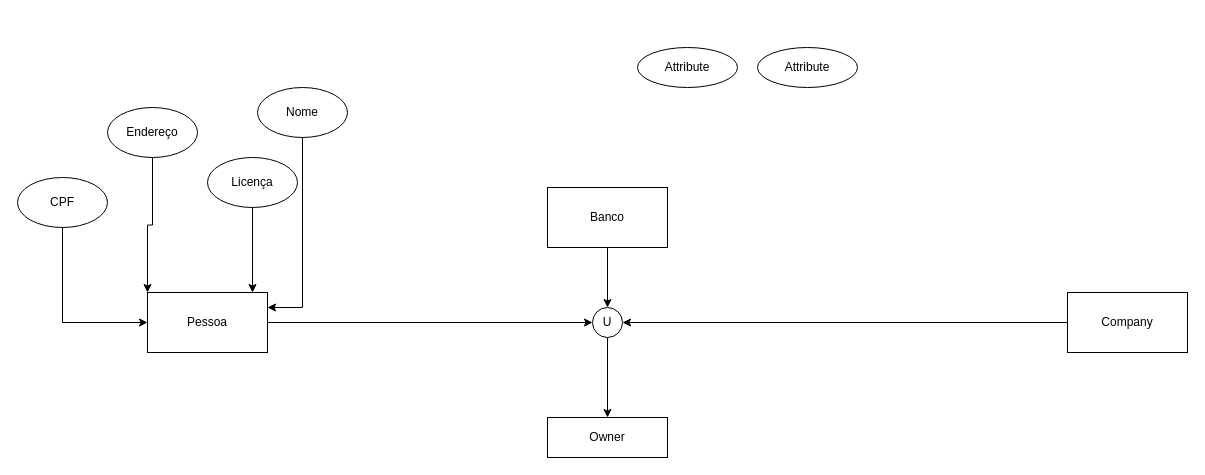
Earlier version of the draw.io diagram primeiro modelo.drawio (ananunesdev/modelagem-dio). Source tidied: cells renumbered, new cells numbered last; positions are measured from the earlier drawing's top-left corner, leaving out a move shared by most shapes. Both pictures are drawn from the tidied source at 100%, with x=0, y=0 at pixel (17, 47).
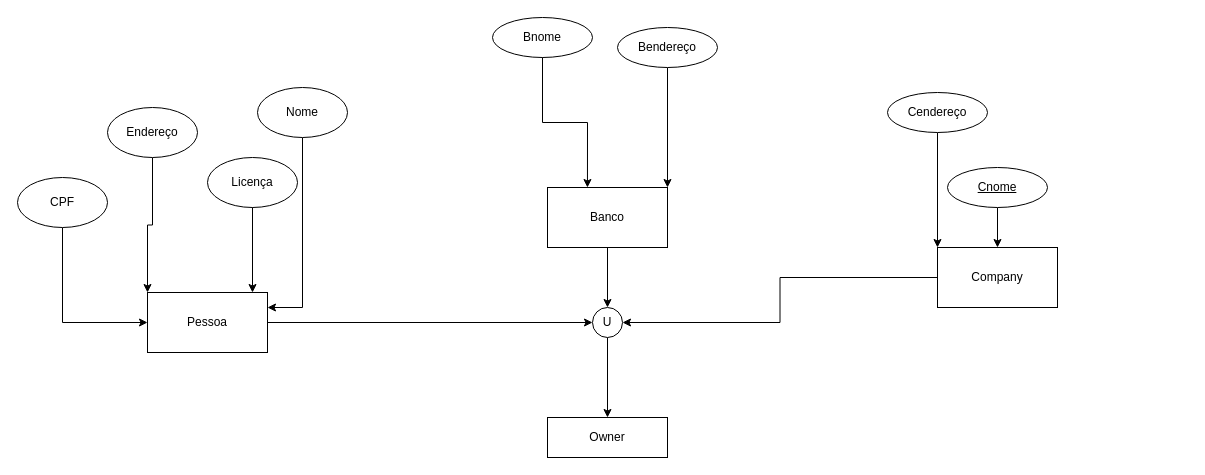
After the change.

Commit message:
update de atributos e atributo chave

Unchanged cells that the change refers to:
```xml
<mxCell id="4" value="Banco" style="rounded=0;whiteSpace=wrap;html=1;" parent="1" vertex="1">
  <mxGeometry x="530" y="140" width="120" height="60" as="geometry" />
</mxCell>
```

What changed in the source:
```diff
@@
     <mxCell id="6" value="Company" style="rounded=0;whiteSpace=wrap;html=1;" parent="1" vertex="1">
-      <mxGeometry x="1050" y="245" width="120" height="60" as="geometry" />
+      <mxGeometry x="920" y="200" width="120" height="60" as="geometry" />
     </mxCell>
@@
-    <mxCell id="19" value="Attribute" style="ellipse;whiteSpace=wrap;html=1;align=center;" parent="1" vertex="1">
-      <mxGeometry x="620" width="100" height="40" as="geometry" />
+    <mxCell id="19" value="Bnome" style="ellipse;whiteSpace=wrap;html=1;align=center;" parent="1" vertex="1">
+      <mxGeometry x="475" y="-30" width="100" height="40" as="geometry" />
     </mxCell>
+    <mxCell id="21" style="edgeStyle=orthogonalEdgeStyle;rounded=0;jettySize=auto;html=1;entryX=1;entryY=0;entryDx=0;entryDy=0;" parent="1" edge="1" source="20" target="4">
+      <mxGeometry relative="1" as="geometry" />
+    </mxCell>
-    <mxCell id="20" value="Attribute" style="ellipse;whiteSpace=wrap;html=1;align=center;" parent="1" vertex="1">
-      <mxGeometry x="740" width="100" height="40" as="geometry" />
+    <mxCell id="20" value="Bendereço" style="ellipse;whiteSpace=wrap;html=1;align=center;" parent="1" vertex="1">
+      <mxGeometry x="600" y="-20" width="100" height="40" as="geometry" />
     </mxCell>
+    <mxCell id="22" style="edgeStyle=orthogonalEdgeStyle;rounded=0;jettySize=auto;html=1;exitX=0.5;exitY=1;exitDx=0;exitDy=0;entryX=0.333;entryY=0;entryDx=0;entryDy=0;entryPerimeter=0;" parent="1" edge="1" source="19" target="4">
+      <mxGeometry relative="1" as="geometry" />
+    </mxCell>
+    <mxCell id="23" style="edgeStyle=orthogonalEdgeStyle;rounded=0;jettySize=auto;html=1;entryX=0.5;entryY=0;entryDx=0;entryDy=0;" parent="1" edge="1" source="24" target="6">
+      <mxGeometry relative="1" as="geometry" />
+    </mxCell>
+    <mxCell id="24" value="Cnome" style="ellipse;whiteSpace=wrap;html=1;align=center;fontStyle=4;" parent="1" vertex="1">
+      <mxGeometry x="930" y="120" width="100" height="40" as="geometry" />
+    </mxCell>
+    <mxCell id="25" style="edgeStyle=orthogonalEdgeStyle;rounded=0;jettySize=auto;html=1;entryX=0;entryY=0;entryDx=0;entryDy=0;" parent="1" edge="1" source="26" target="6">
+      <mxGeometry relative="1" as="geometry" />
+    </mxCell>
+    <mxCell id="26" value="Cendereço" style="ellipse;whiteSpace=wrap;html=1;align=center;" parent="1" vertex="1">
+      <mxGeometry x="870" y="45" width="100" height="40" as="geometry" />
+    </mxCell>
```
